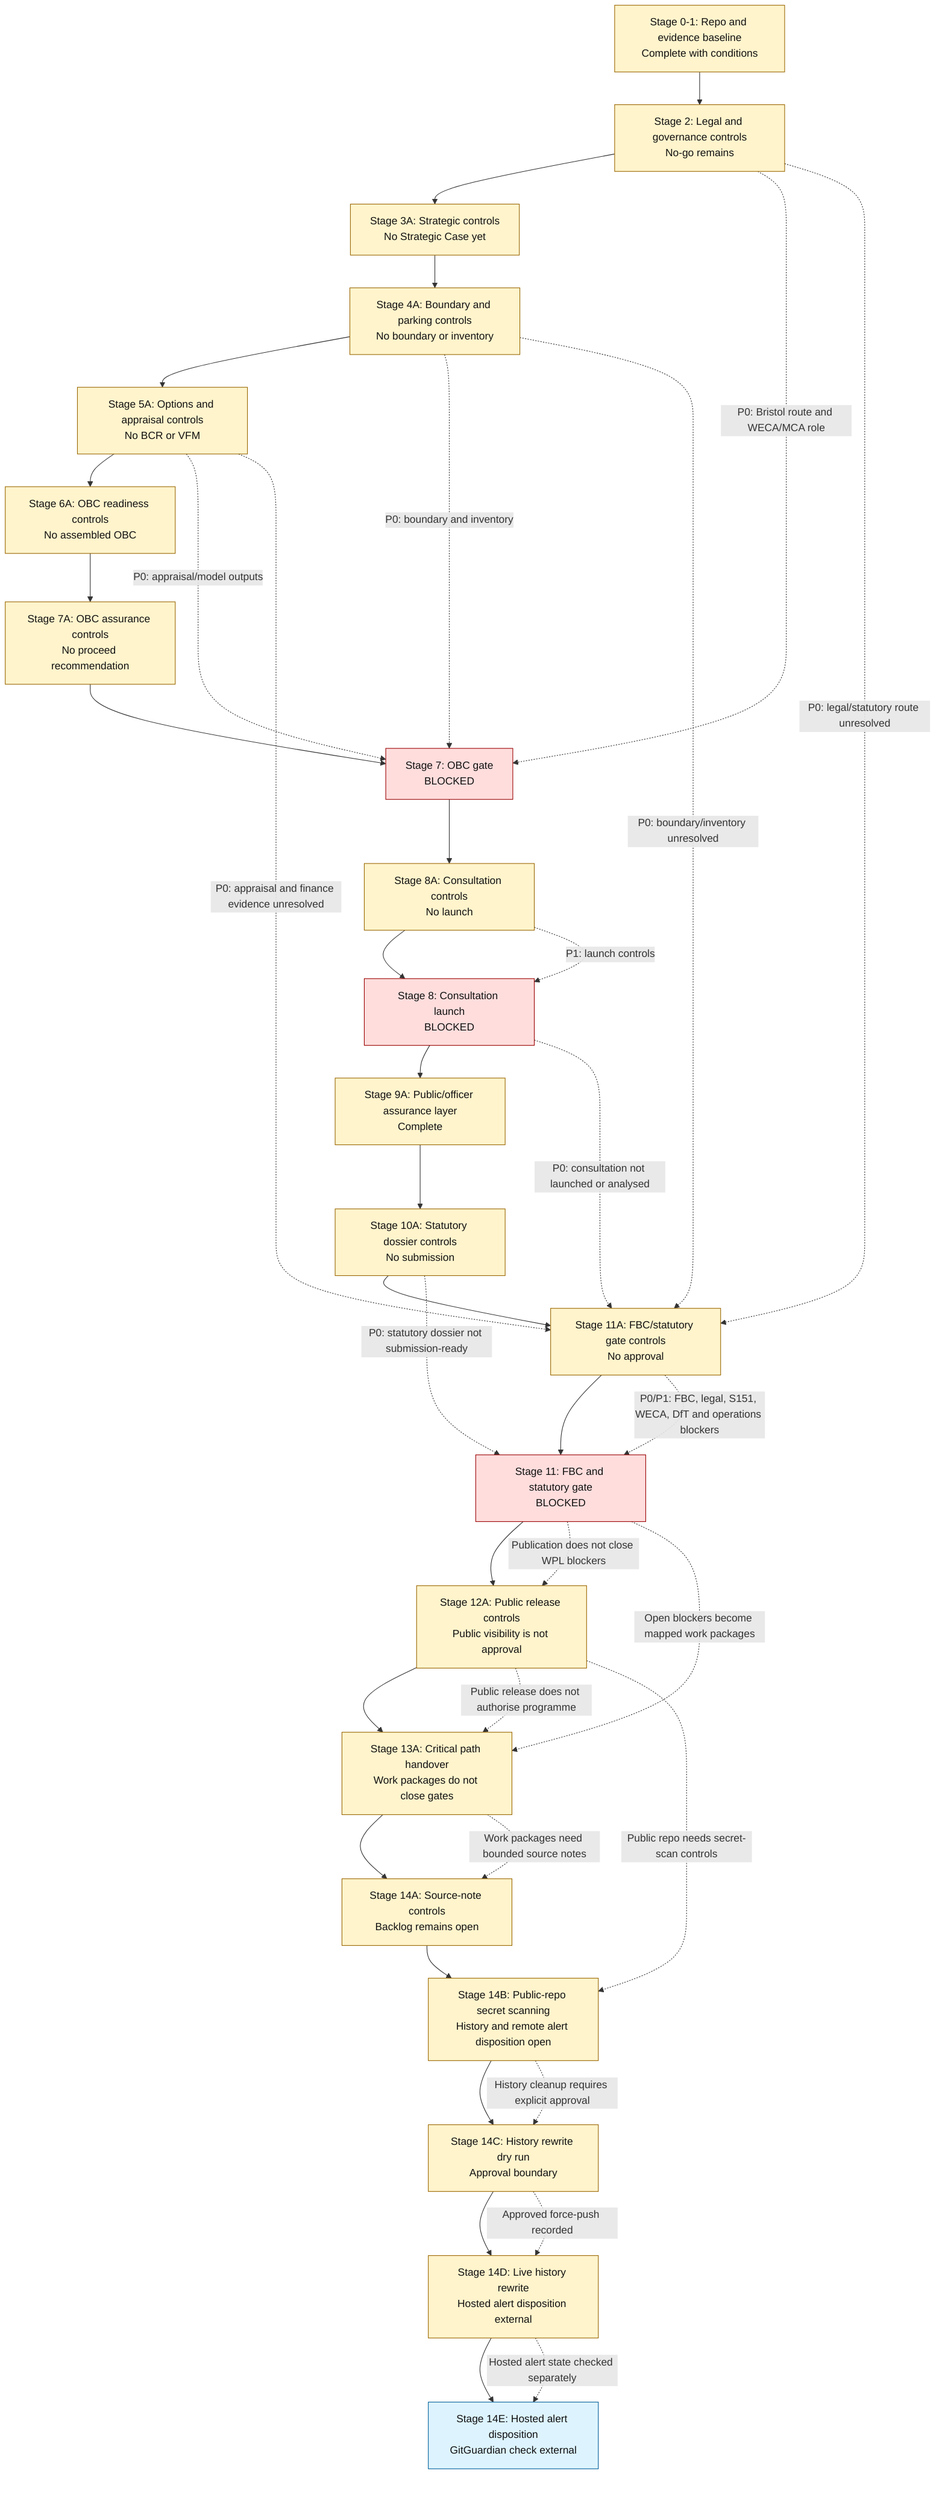
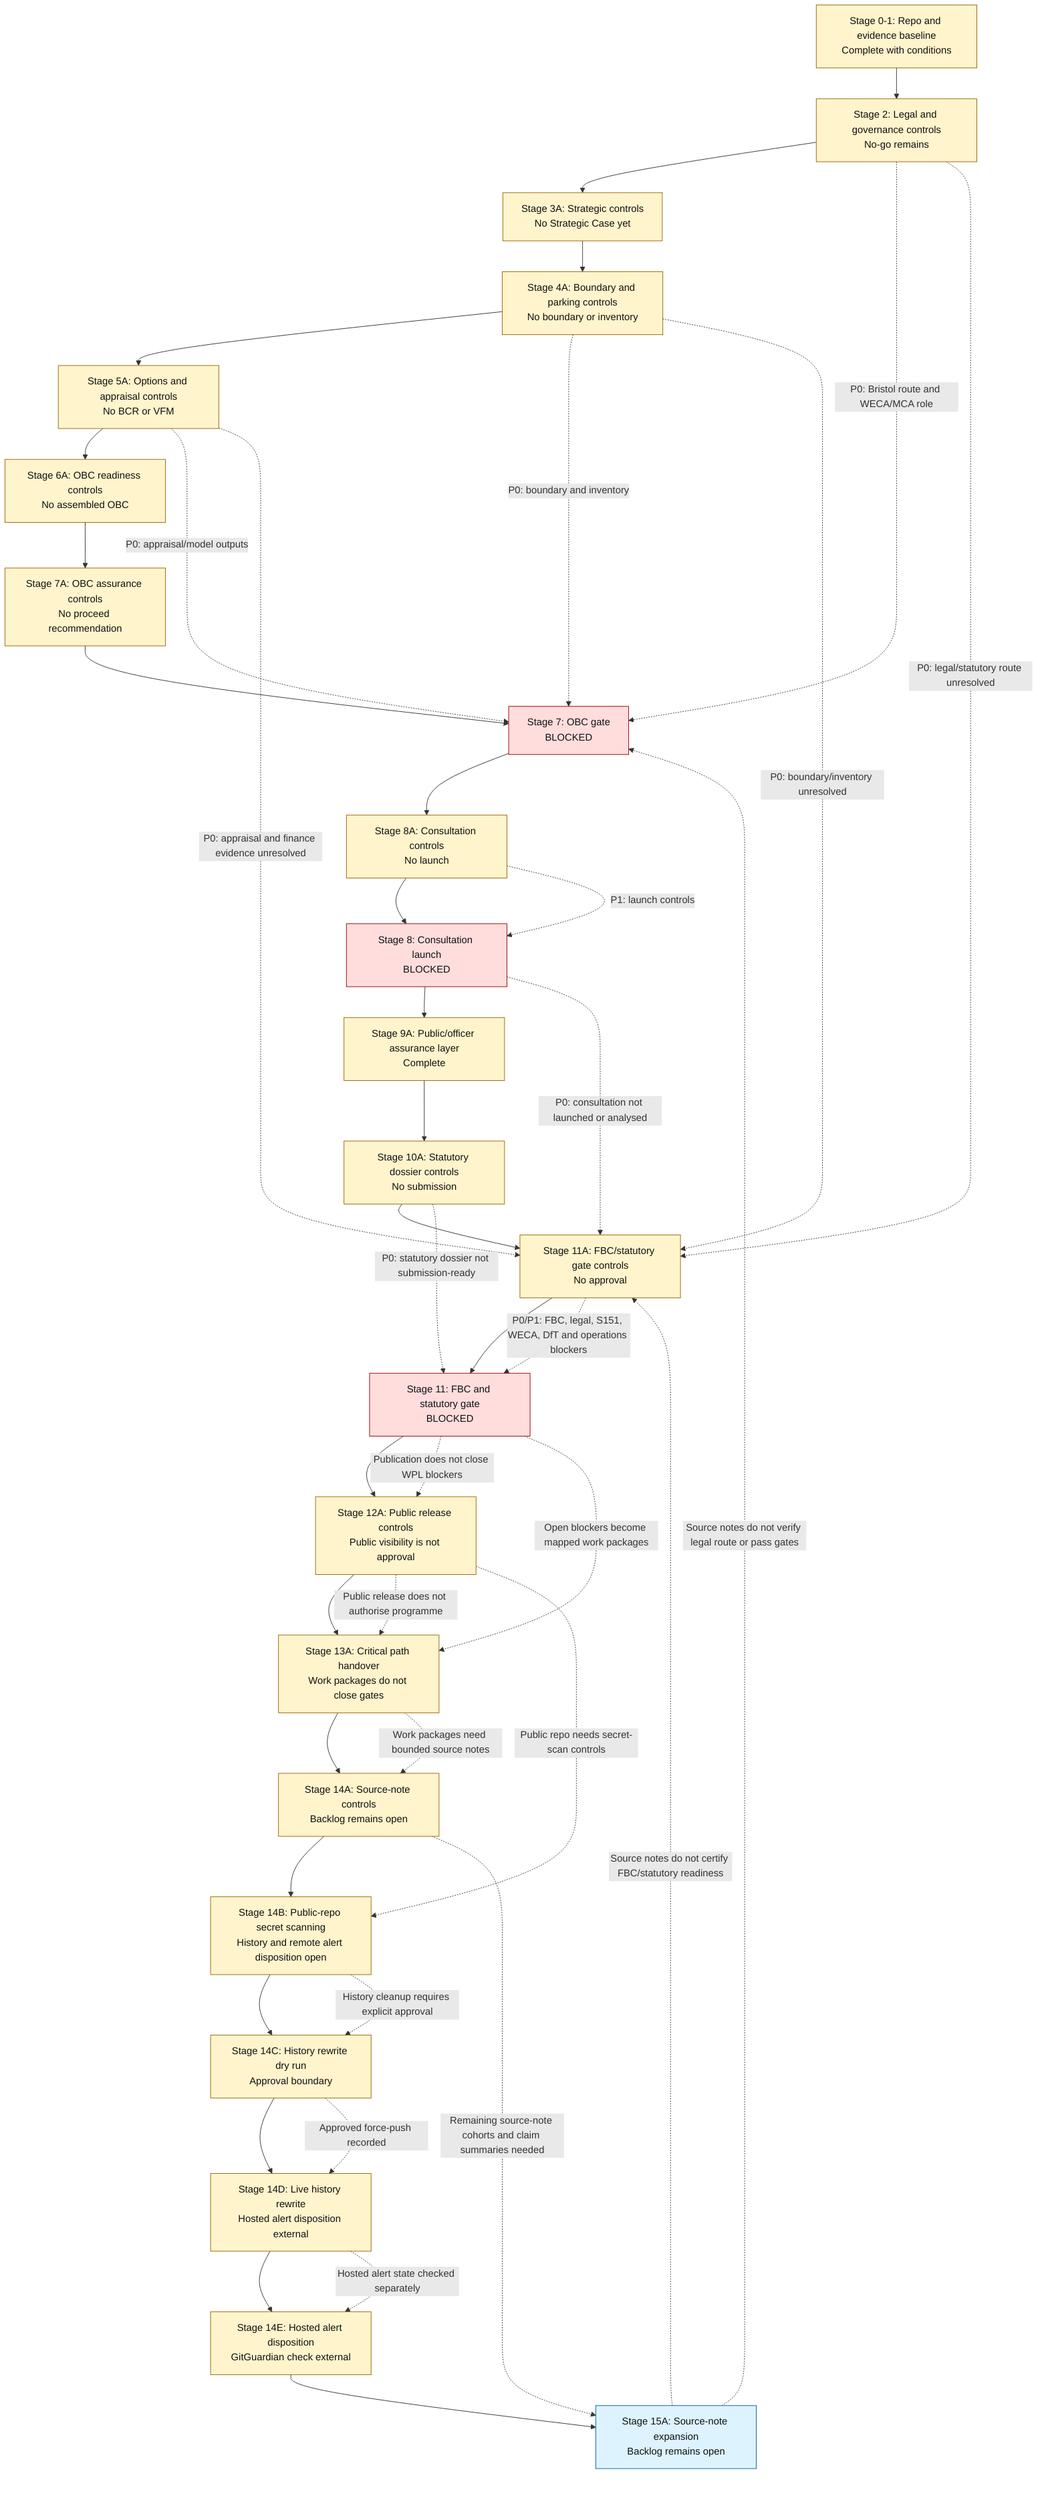
flowchart TD
    A["Stage 0-1: Repo and evidence baseline<br/>Complete with conditions"] --> B["Stage 2: Legal and governance controls<br/>No-go remains"]
    B --> C["Stage 3A: Strategic controls<br/>No Strategic Case yet"]
    C --> D["Stage 4A: Boundary and parking controls<br/>No boundary or inventory"]
    D --> E["Stage 5A: Options and appraisal controls<br/>No BCR or VFM"]
    E --> F["Stage 6A: OBC readiness controls<br/>No assembled OBC"]
    F --> F2["Stage 7A: OBC assurance controls<br/>No proceed recommendation"]
    F2 --> G["Stage 7: OBC gate<br/>BLOCKED"]
    G --> H["Stage 8A: Consultation controls<br/>No launch"]
    H --> I["Stage 8: Consultation launch<br/>BLOCKED"]
    I --> J["Stage 9A: Public/officer assurance layer<br/>Complete"]
    J --> J2["Stage 10A: Statutory dossier controls<br/>No submission"]
    J2 --> K2["Stage 11A: FBC/statutory gate controls<br/>No approval"]
    K2 --> K["Stage 11: FBC and statutory gate<br/>BLOCKED"]
    K --> L["Stage 12A: Public release controls<br/>Public visibility is not approval"]
    L --> M["Stage 13A: Critical path handover<br/>Work packages do not close gates"]
    M --> N["Stage 14A: Source-note controls<br/>Backlog remains open"]
    N --> O["Stage 14B: Public-repo secret scanning<br/>History and remote alert disposition open"]
    O --> P["Stage 14C: History rewrite dry run<br/>Approval boundary"]
    P --> Q["Stage 14D: Live history rewrite<br/>Hosted alert disposition external"]
    Q --> R["Stage 14E: Hosted alert disposition<br/>GitGuardian check external"]
+     R --> S["Stage 15A: Source-note expansion<br/>Backlog remains open"]

    B -. "P0: Bristol route and WECA/MCA role" .-> G
    D -. "P0: boundary and inventory" .-> G
    E -. "P0: appraisal/model outputs" .-> G
    H -. "P1: launch controls" .-> I
    B -. "P0: legal/statutory route unresolved" .-> K2
    D -. "P0: boundary/inventory unresolved" .-> K2
    E -. "P0: appraisal and finance evidence unresolved" .-> K2
    I -. "P0: consultation not launched or analysed" .-> K2
    J2 -. "P0: statutory dossier not submission-ready" .-> K
    K2 -. "P0/P1: FBC, legal, S151, WECA, DfT and operations blockers" .-> K
    K -. "Publication does not close WPL blockers" .-> L
    K -. "Open blockers become mapped work packages" .-> M
    L -. "Public release does not authorise programme" .-> M
    M -. "Work packages need bounded source notes" .-> N
    L -. "Public repo needs secret-scan controls" .-> O
    O -. "History cleanup requires explicit approval" .-> P
    P -. "Approved force-push recorded" .-> Q
    Q -. "Hosted alert state checked separately" .-> R
+     N -. "Remaining source-note cohorts and claim summaries needed" .-> S
+     S -. "Source notes do not verify legal route or pass gates" .-> G
+     S -. "Source notes do not certify FBC/statutory readiness" .-> K2

    classDef blocked fill:#ffdddd,stroke:#990000,color:#111111;
    classDef control fill:#fff4cc,stroke:#996600,color:#111111;
    classDef current fill:#ddf4ff,stroke:#005f99,color:#111111;

    class G,I,K blocked;
-     class A,B,C,D,E,F,F2,H,J,J2,K2,L,M,N,O,P,Q control;
-     class R current;
+     class A,B,C,D,E,F,F2,H,J,J2,K2,L,M,N,O,P,Q,R control;
+     class S current;
